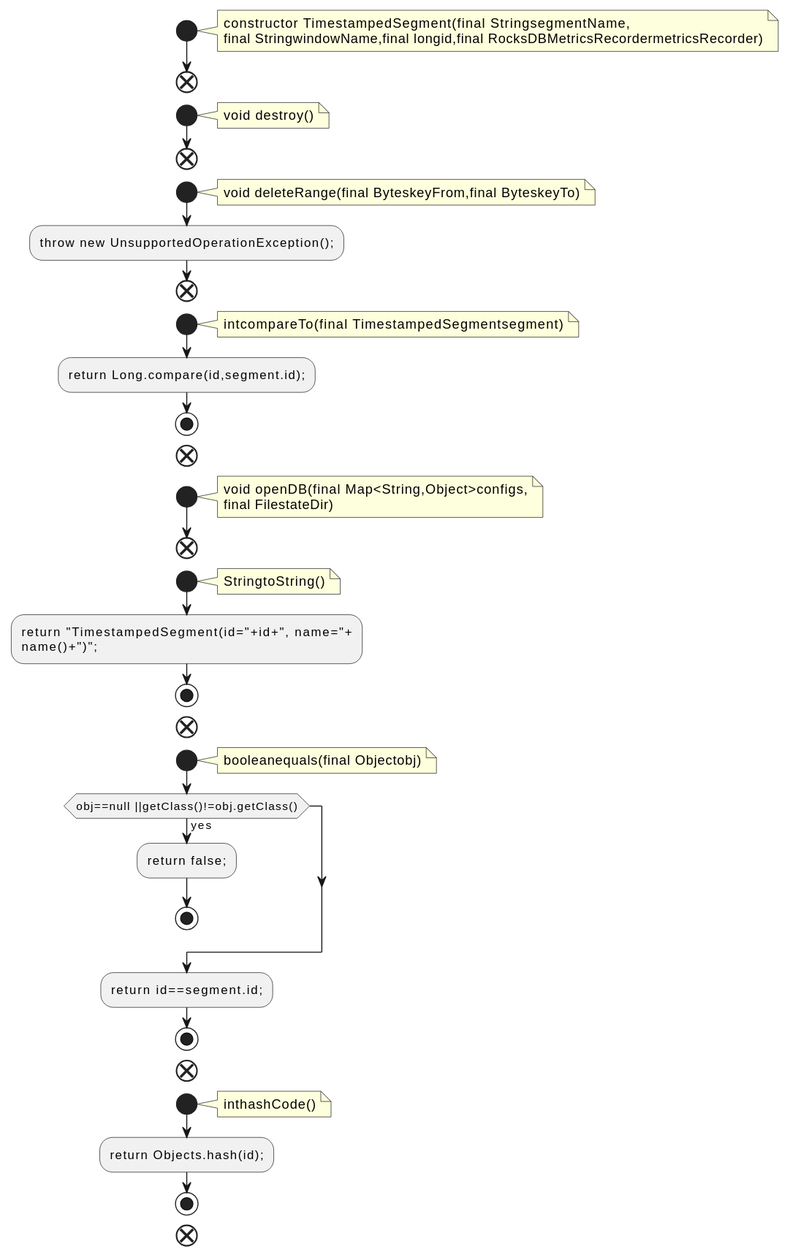
This is docs/qc/streams/src/main/java/org/apache/kafka/streams/state/internals/TimestampedSegment.java.fct.svg from qualitesys/kafka, a PlantUML export, as it was before one commit.
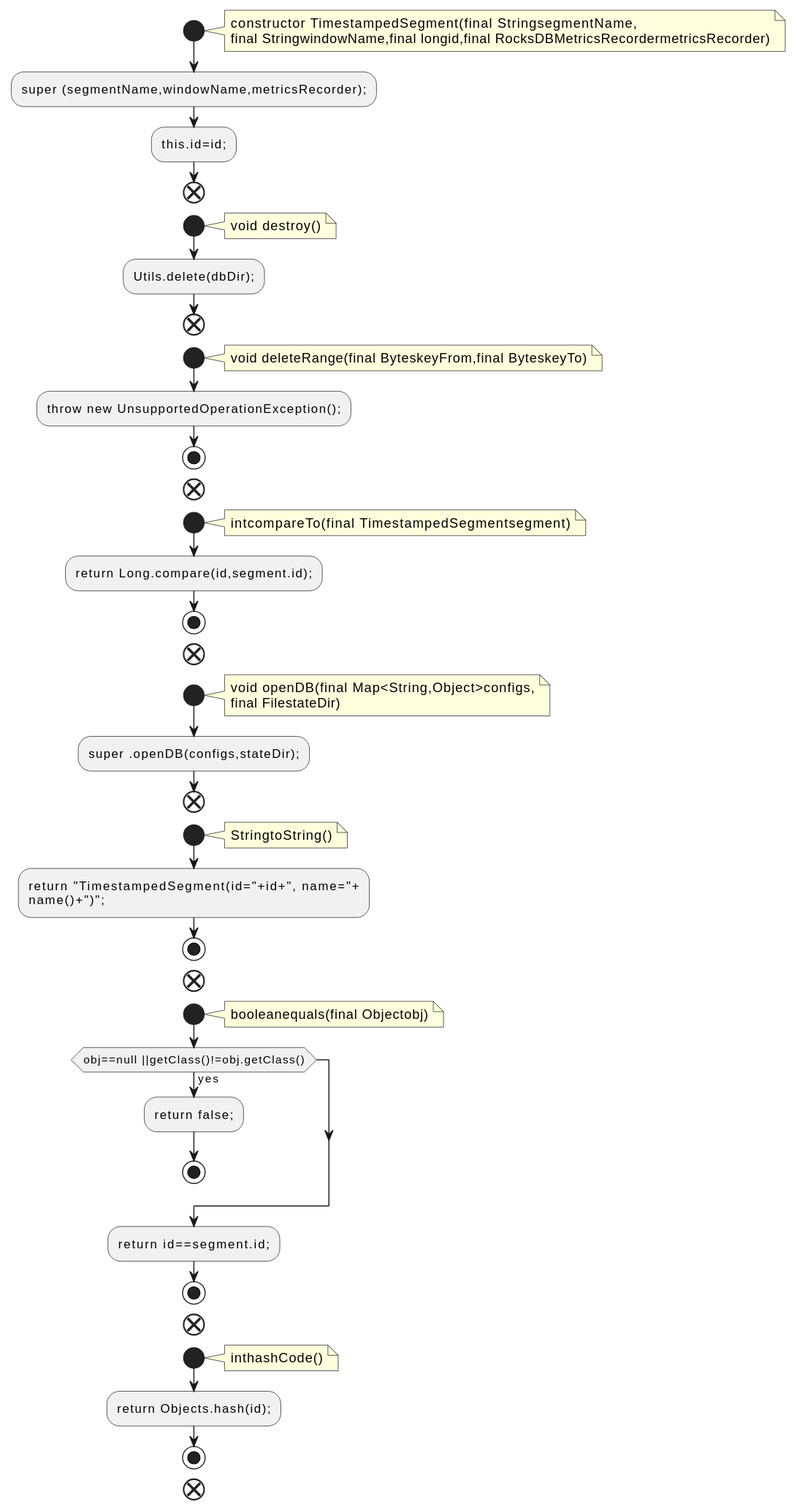
Later version of the same file.

The edit, as a diff of the source:
```diff
@@ -5,17 +5,21 @@
 constructor TimestampedSegment(final StringsegmentName,
 final StringwindowName,final longid,final RocksDBMetricsRecordermetricsRecorder)
 end note
+:super (segmentName,windowName,metricsRecorder);;
+:this.id=id;;
 end
 start
 note right
 void destroy()
 end note
+:Utils.delete(dbDir);;
 end
 start
 note right
 void deleteRange(final ByteskeyFrom,final ByteskeyTo)
 end note
 :throw new UnsupportedOperationException();;
+stop
 end
 start
 note right
@@ -29,6 +33,7 @@
 void openDB(final Map<String,Object>configs,
 final FilestateDir)
 end note
+:super .openDB(configs,stateDir);;
 end
 start
 note right
```
